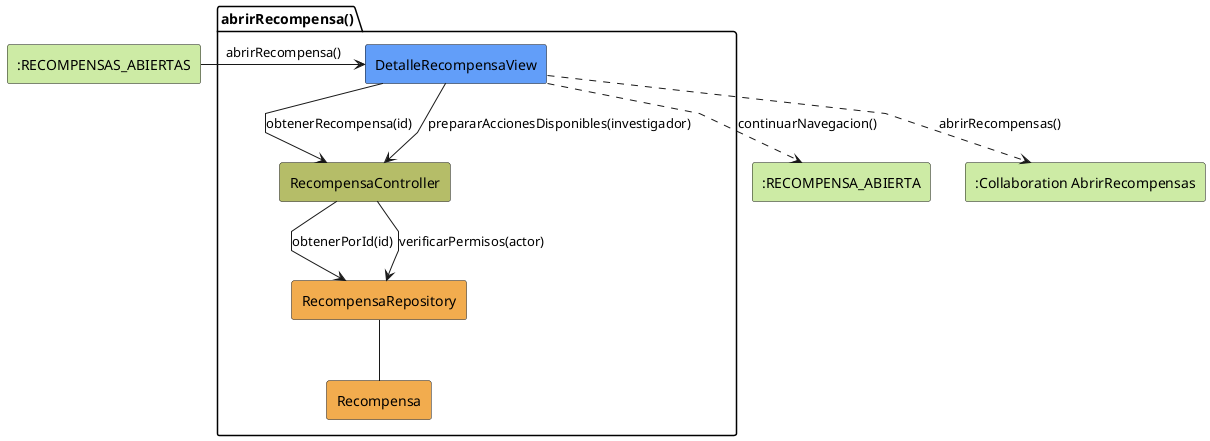
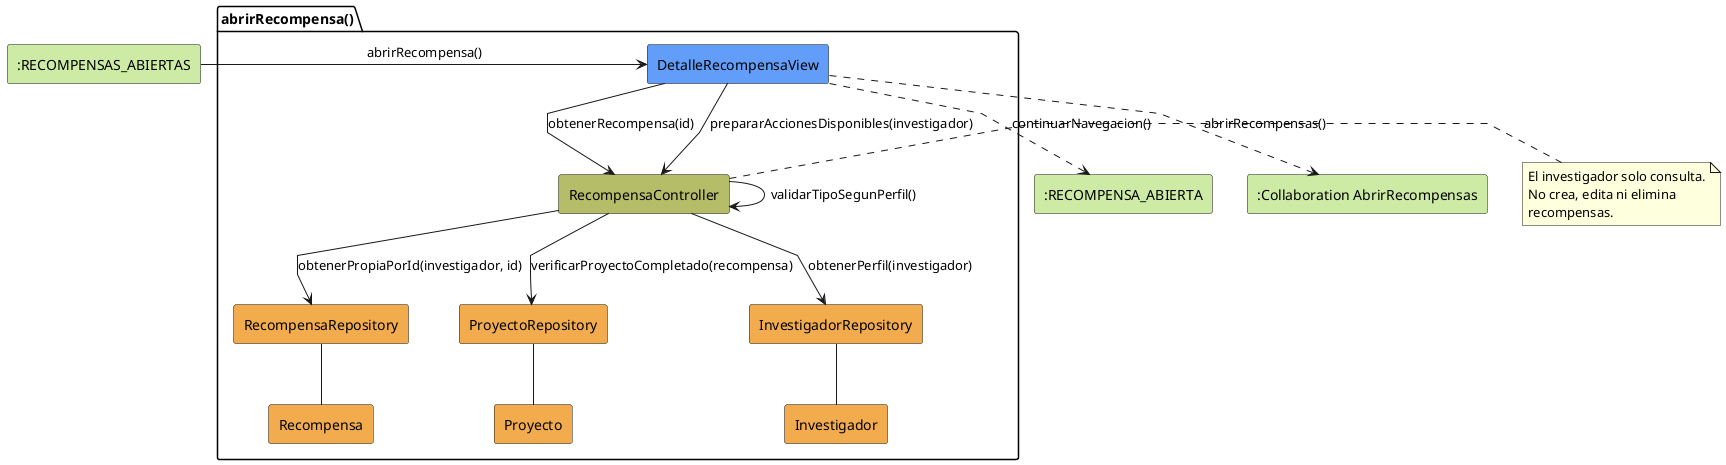
@startuml abrirRecompensa-analisis
skinparam linetype polyline

rectangle #CDEBA5 ":RECOMPENSAS_ABIERTAS" as EstadoEntrada
package abrirRecompensa as "abrirRecompensa()" {
    rectangle #629EF9 DetalleRecompensaView
    rectangle #b5bd68 RecompensaController
    rectangle #F2AC4E RecompensaRepository
+     rectangle #F2AC4E ProyectoRepository
+     rectangle #F2AC4E InvestigadorRepository
    rectangle #F2AC4E Recompensa
+     rectangle #F2AC4E Proyecto
+     rectangle #F2AC4E Investigador
}

rectangle #CDEBA5 ":RECOMPENSA_ABIERTA" as EstadoSalida
rectangle #CDEBA5 ":Collaboration AbrirRecompensas" as AbrirRecompensas

EstadoEntrada -r-> DetalleRecompensaView: abrirRecompensa()

DetalleRecompensaView -d-> RecompensaController: obtenerRecompensa(id)
DetalleRecompensaView --> RecompensaController: prepararAccionesDisponibles(investigador)
- RecompensaController --> RecompensaRepository: obtenerPorId(id)
- RecompensaController --> RecompensaRepository: verificarPermisos(actor)
+ RecompensaController --> InvestigadorRepository: obtenerPerfil(investigador)
+ RecompensaController --> RecompensaRepository: obtenerPropiaPorId(investigador, id)
+ RecompensaController --> ProyectoRepository: verificarProyectoCompletado(recompensa)
+ RecompensaController --> RecompensaController: validarTipoSegunPerfil()
RecompensaRepository -- Recompensa
+ ProyectoRepository -- Proyecto
+ InvestigadorRepository -- Investigador
+ note right of RecompensaController
+ El investigador solo consulta.
+ No crea, edita ni elimina
+ recompensas.
+ end note
DetalleRecompensaView ..> EstadoSalida: continuarNavegacion()
DetalleRecompensaView ..> AbrirRecompensas: abrirRecompensas()

@enduml
